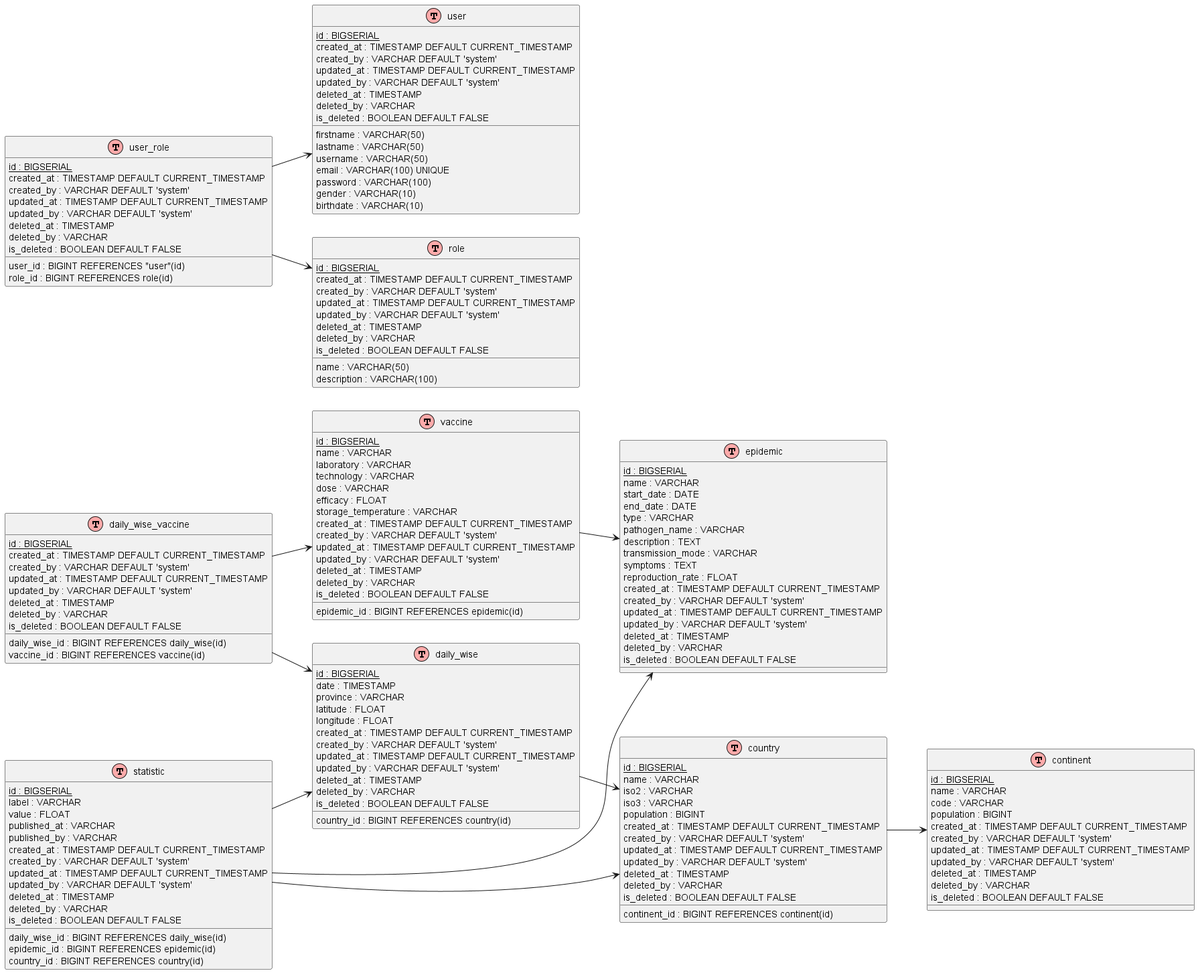
The PlantUML diagram docs/diagrams/merise/mpd/img/MPD.png in Sam-rst/EPSI_B3_MSPR-Groupe_MATS, before a commit. Its diagram source:
```plantuml
@startuml MPD_Merise
!define table(x) class x << (T,#FFAAAA) >>
left to right direction
skinparam packageStyle rectangle


table(continent) {
  {static} id : BIGSERIAL
  name : VARCHAR
  code : VARCHAR
  population : BIGINT
  created_at : TIMESTAMP DEFAULT CURRENT_TIMESTAMP
  created_by : VARCHAR DEFAULT 'system'
  updated_at : TIMESTAMP DEFAULT CURRENT_TIMESTAMP
  updated_by : VARCHAR DEFAULT 'system'
  deleted_at : TIMESTAMP
  deleted_by : VARCHAR
  is_deleted : BOOLEAN DEFAULT FALSE
}

table(country) {
  {static} id : BIGSERIAL
  name : VARCHAR
  iso2 : VARCHAR
  iso3 : VARCHAR
  population : BIGINT
  continent_id : BIGINT REFERENCES continent(id)
  created_at : TIMESTAMP DEFAULT CURRENT_TIMESTAMP
  created_by : VARCHAR DEFAULT 'system'
  updated_at : TIMESTAMP DEFAULT CURRENT_TIMESTAMP
  updated_by : VARCHAR DEFAULT 'system'
  deleted_at : TIMESTAMP
  deleted_by : VARCHAR
  is_deleted : BOOLEAN DEFAULT FALSE
}

table(user) {
  {static} id : BIGSERIAL
  firstname : VARCHAR(50)
  lastname : VARCHAR(50)
  username : VARCHAR(50)
  email : VARCHAR(100) UNIQUE
  password : VARCHAR(100)
  gender : VARCHAR(10)
  birthdate : VARCHAR(10)
  created_at : TIMESTAMP DEFAULT CURRENT_TIMESTAMP
  created_by : VARCHAR DEFAULT 'system'
  updated_at : TIMESTAMP DEFAULT CURRENT_TIMESTAMP
  updated_by : VARCHAR DEFAULT 'system'
  deleted_at : TIMESTAMP
  deleted_by : VARCHAR
  is_deleted : BOOLEAN DEFAULT FALSE
}

table(role) {
  {static} id : BIGSERIAL
  name : VARCHAR(50)
  description : VARCHAR(100)
  created_at : TIMESTAMP DEFAULT CURRENT_TIMESTAMP
  created_by : VARCHAR DEFAULT 'system'
  updated_at : TIMESTAMP DEFAULT CURRENT_TIMESTAMP
  updated_by : VARCHAR DEFAULT 'system'
  deleted_at : TIMESTAMP
  deleted_by : VARCHAR
  is_deleted : BOOLEAN DEFAULT FALSE
}

table(epidemic) {
  {static} id : BIGSERIAL
  name : VARCHAR
  start_date : DATE
  end_date : DATE
  type : VARCHAR
  pathogen_name : VARCHAR
  description : TEXT
  transmission_mode : VARCHAR
  symptoms : TEXT
  reproduction_rate : FLOAT
  created_at : TIMESTAMP DEFAULT CURRENT_TIMESTAMP
  created_by : VARCHAR DEFAULT 'system'
  updated_at : TIMESTAMP DEFAULT CURRENT_TIMESTAMP
  updated_by : VARCHAR DEFAULT 'system'
  deleted_at : TIMESTAMP
  deleted_by : VARCHAR
  is_deleted : BOOLEAN DEFAULT FALSE
}

table(vaccine) {
  {static} id : BIGSERIAL
  name : VARCHAR
  laboratory : VARCHAR
  technology : VARCHAR
  dose : VARCHAR
  efficacy : FLOAT
  storage_temperature : VARCHAR
  epidemic_id : BIGINT REFERENCES epidemic(id)
  created_at : TIMESTAMP DEFAULT CURRENT_TIMESTAMP
  created_by : VARCHAR DEFAULT 'system'
  updated_at : TIMESTAMP DEFAULT CURRENT_TIMESTAMP
  updated_by : VARCHAR DEFAULT 'system'
  deleted_at : TIMESTAMP
  deleted_by : VARCHAR
  is_deleted : BOOLEAN DEFAULT FALSE
}

table(daily_wise) {
  {static} id : BIGSERIAL
  date : TIMESTAMP
  province : VARCHAR
  latitude : FLOAT
  longitude : FLOAT
  country_id : BIGINT REFERENCES country(id)
  created_at : TIMESTAMP DEFAULT CURRENT_TIMESTAMP
  created_by : VARCHAR DEFAULT 'system'
  updated_at : TIMESTAMP DEFAULT CURRENT_TIMESTAMP
  updated_by : VARCHAR DEFAULT 'system'
  deleted_at : TIMESTAMP
  deleted_by : VARCHAR
  is_deleted : BOOLEAN DEFAULT FALSE
}

table(statistic) {
  {static} id : BIGSERIAL
  label : VARCHAR
  value : FLOAT
  daily_wise_id : BIGINT REFERENCES daily_wise(id)
  epidemic_id : BIGINT REFERENCES epidemic(id)
  country_id : BIGINT REFERENCES country(id)
  published_at : VARCHAR
  published_by : VARCHAR
  created_at : TIMESTAMP DEFAULT CURRENT_TIMESTAMP
  created_by : VARCHAR DEFAULT 'system'
  updated_at : TIMESTAMP DEFAULT CURRENT_TIMESTAMP
  updated_by : VARCHAR DEFAULT 'system'
  deleted_at : TIMESTAMP
  deleted_by : VARCHAR
  is_deleted : BOOLEAN DEFAULT FALSE
}

table(user_role) {
  {static} id : BIGSERIAL
  user_id : BIGINT REFERENCES "user"(id)
  role_id : BIGINT REFERENCES role(id)
  created_at : TIMESTAMP DEFAULT CURRENT_TIMESTAMP
  created_by : VARCHAR DEFAULT 'system'
  updated_at : TIMESTAMP DEFAULT CURRENT_TIMESTAMP
  updated_by : VARCHAR DEFAULT 'system'
  deleted_at : TIMESTAMP
  deleted_by : VARCHAR
  is_deleted : BOOLEAN DEFAULT FALSE
}

table(daily_wise_vaccine) {
  {static} id : BIGSERIAL
  daily_wise_id : BIGINT REFERENCES daily_wise(id)
  vaccine_id : BIGINT REFERENCES vaccine(id)
  created_at : TIMESTAMP DEFAULT CURRENT_TIMESTAMP
  created_by : VARCHAR DEFAULT 'system'
  updated_at : TIMESTAMP DEFAULT CURRENT_TIMESTAMP
  updated_by : VARCHAR DEFAULT 'system'
  deleted_at : TIMESTAMP
  deleted_by : VARCHAR
  is_deleted : BOOLEAN DEFAULT FALSE
}

country --> continent
daily_wise --> country
statistic --> daily_wise
statistic --> country
vaccine --> epidemic
statistic --> epidemic
daily_wise_vaccine --> daily_wise
daily_wise_vaccine --> vaccine
user_role --> user
user_role --> role
@enduml
```
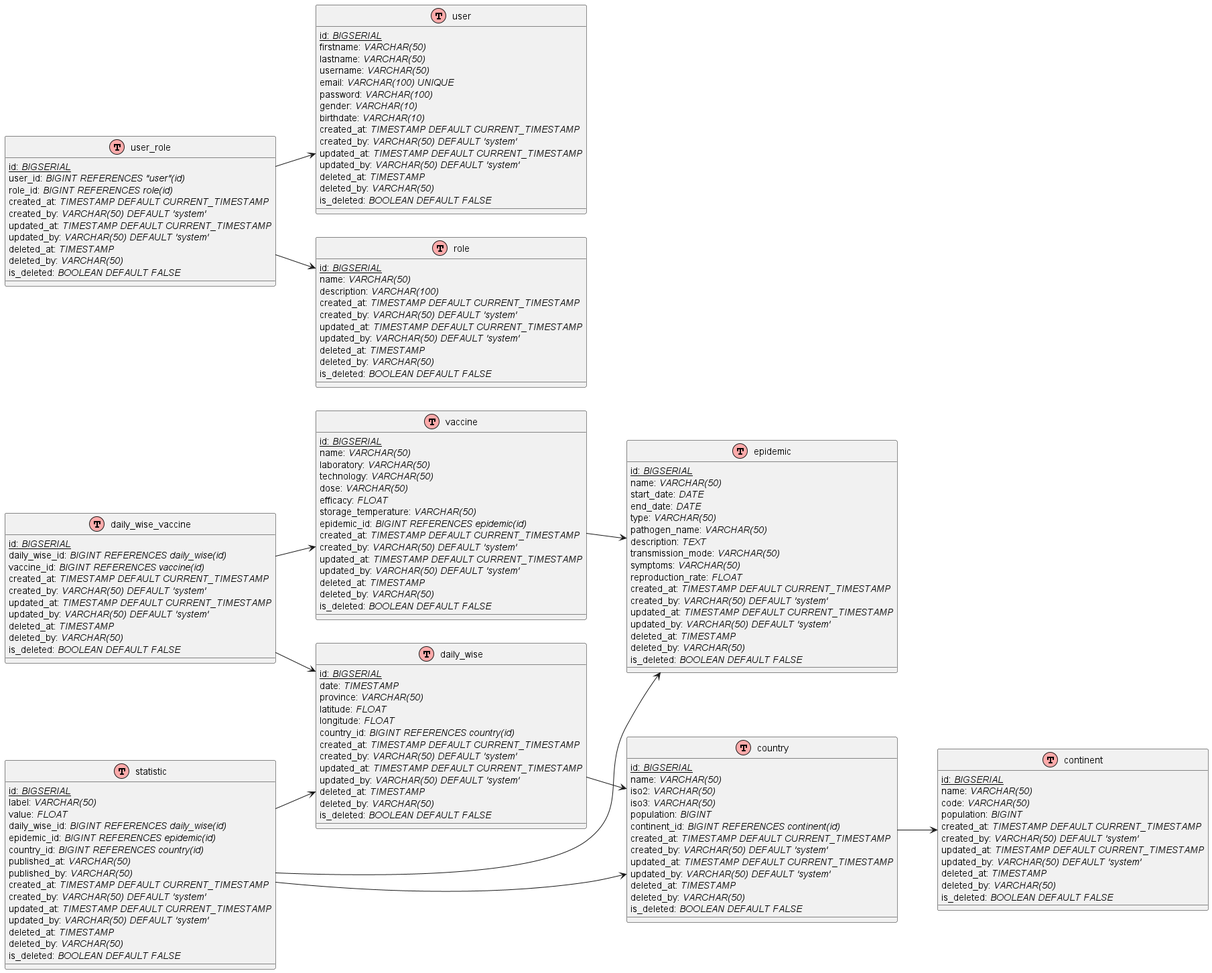
After the commit.

What changed in the source:
```diff
@@ -5,162 +5,162 @@
 
 
 table(continent) {
-  {static} id : BIGSERIAL
-  name : VARCHAR
-  code : VARCHAR
-  population : BIGINT
-  created_at : TIMESTAMP DEFAULT CURRENT_TIMESTAMP
-  created_by : VARCHAR DEFAULT 'system'
-  updated_at : TIMESTAMP DEFAULT CURRENT_TIMESTAMP
-  updated_by : VARCHAR DEFAULT 'system'
-  deleted_at : TIMESTAMP
-  deleted_by : VARCHAR
-  is_deleted : BOOLEAN DEFAULT FALSE
+  {static} id: //BIGSERIAL//
+  {field} name: //VARCHAR(50)//
+  {field} code: //VARCHAR(50)//
+  {field} population: //BIGINT//
+  {field} created_at: //TIMESTAMP DEFAULT CURRENT_TIMESTAMP//
+  {field} created_by: //VARCHAR(50) DEFAULT 'system'//
+  {field} updated_at: //TIMESTAMP DEFAULT CURRENT_TIMESTAMP//
+  {field} updated_by: //VARCHAR(50) DEFAULT 'system'//
+  {field} deleted_at: //TIMESTAMP//
+  {field} deleted_by: //VARCHAR(50)//
+  {field} is_deleted: //BOOLEAN DEFAULT FALSE//
 }
 
 table(country) {
-  {static} id : BIGSERIAL
-  name : VARCHAR
-  iso2 : VARCHAR
-  iso3 : VARCHAR
-  population : BIGINT
-  continent_id : BIGINT REFERENCES continent(id)
-  created_at : TIMESTAMP DEFAULT CURRENT_TIMESTAMP
-  created_by : VARCHAR DEFAULT 'system'
-  updated_at : TIMESTAMP DEFAULT CURRENT_TIMESTAMP
-  updated_by : VARCHAR DEFAULT 'system'
-  deleted_at : TIMESTAMP
-  deleted_by : VARCHAR
-  is_deleted : BOOLEAN DEFAULT FALSE
+  {static} id: //BIGSERIAL//
+  {field} name: //VARCHAR(50)//
+  {field} iso2: //VARCHAR(50)//
+  {field} iso3: //VARCHAR(50)//
+  {field} population: //BIGINT//
+  {field} continent_id: //BIGINT REFERENCES continent(id)//
+  {field} created_at: //TIMESTAMP DEFAULT CURRENT_TIMESTAMP//
+  {field} created_by: //VARCHAR(50) DEFAULT 'system'//
+  {field} updated_at: //TIMESTAMP DEFAULT CURRENT_TIMESTAMP//
+  {field} updated_by: //VARCHAR(50) DEFAULT 'system'//
+  {field} deleted_at: //TIMESTAMP//
+  {field} deleted_by: //VARCHAR(50)//
+  {field} is_deleted: //BOOLEAN DEFAULT FALSE//
 }
 
 table(user) {
-  {static} id : BIGSERIAL
-  firstname : VARCHAR(50)
-  lastname : VARCHAR(50)
-  username : VARCHAR(50)
-  email : VARCHAR(100) UNIQUE
-  password : VARCHAR(100)
-  gender : VARCHAR(10)
-  birthdate : VARCHAR(10)
-  created_at : TIMESTAMP DEFAULT CURRENT_TIMESTAMP
-  created_by : VARCHAR DEFAULT 'system'
-  updated_at : TIMESTAMP DEFAULT CURRENT_TIMESTAMP
-  updated_by : VARCHAR DEFAULT 'system'
-  deleted_at : TIMESTAMP
-  deleted_by : VARCHAR
-  is_deleted : BOOLEAN DEFAULT FALSE
+  {static} id: //BIGSERIAL//
+  {field} firstname: //VARCHAR(50)//
+  {field} lastname: //VARCHAR(50)//
+  {field} username: //VARCHAR(50)//
+  {field} email: //VARCHAR(100) UNIQUE//
+  {field} password: //VARCHAR(100)//
+  {field} gender: //VARCHAR(10)//
+  {field} birthdate: //VARCHAR(10)//
+  {field} created_at: //TIMESTAMP DEFAULT CURRENT_TIMESTAMP//
+  {field} created_by: //VARCHAR(50) DEFAULT 'system'//
+  {field} updated_at: //TIMESTAMP DEFAULT CURRENT_TIMESTAMP//
+  {field} updated_by: //VARCHAR(50) DEFAULT 'system'//
+  {field} deleted_at: //TIMESTAMP//
+  {field} deleted_by: //VARCHAR(50)//
+  {field} is_deleted: //BOOLEAN DEFAULT FALSE//
 }
 
 table(role) {
-  {static} id : BIGSERIAL
-  name : VARCHAR(50)
-  description : VARCHAR(100)
-  created_at : TIMESTAMP DEFAULT CURRENT_TIMESTAMP
-  created_by : VARCHAR DEFAULT 'system'
-  updated_at : TIMESTAMP DEFAULT CURRENT_TIMESTAMP
-  updated_by : VARCHAR DEFAULT 'system'
-  deleted_at : TIMESTAMP
-  deleted_by : VARCHAR
-  is_deleted : BOOLEAN DEFAULT FALSE
+  {static} id: //BIGSERIAL//
+  {field} name: //VARCHAR(50)//
+  {field} description: //VARCHAR(100)//
+  {field} created_at: //TIMESTAMP DEFAULT CURRENT_TIMESTAMP//
+  {field} created_by: //VARCHAR(50) DEFAULT 'system'//
+  {field} updated_at: //TIMESTAMP DEFAULT CURRENT_TIMESTAMP//
+  {field} updated_by: //VARCHAR(50) DEFAULT 'system'//
+  {field} deleted_at: //TIMESTAMP//
+  {field} deleted_by: //VARCHAR(50)//
+  {field} is_deleted: //BOOLEAN DEFAULT FALSE//
 }
 
 table(epidemic) {
-  {static} id : BIGSERIAL
-  name : VARCHAR
-  start_date : DATE
-  end_date : DATE
-  type : VARCHAR
-  pathogen_name : VARCHAR
-  description : TEXT
-  transmission_mode : VARCHAR
-  symptoms : TEXT
-  reproduction_rate : FLOAT
-  created_at : TIMESTAMP DEFAULT CURRENT_TIMESTAMP
-  created_by : VARCHAR DEFAULT 'system'
-  updated_at : TIMESTAMP DEFAULT CURRENT_TIMESTAMP
-  updated_by : VARCHAR DEFAULT 'system'
-  deleted_at : TIMESTAMP
-  deleted_by : VARCHAR
-  is_deleted : BOOLEAN DEFAULT FALSE
+  {static} id: //BIGSERIAL//
+  {field} name: //VARCHAR(50)//
+  {field} start_date: //DATE//
+  {field} end_date: //DATE//
+  {field} type: //VARCHAR(50)//
+  {field} pathogen_name: //VARCHAR(50)//
+  {field} description: //TEXT//
+  {field} transmission_mode: //VARCHAR(50)//
+  {field} symptoms: //VARCHAR(50)//
+  {field} reproduction_rate: //FLOAT//
+  {field} created_at: //TIMESTAMP DEFAULT CURRENT_TIMESTAMP//
+  {field} created_by: //VARCHAR(50) DEFAULT 'system'//
+  {field} updated_at: //TIMESTAMP DEFAULT CURRENT_TIMESTAMP//
+  {field} updated_by: //VARCHAR(50) DEFAULT 'system'//
+  {field} deleted_at: //TIMESTAMP//
+  {field} deleted_by: //VARCHAR(50)//
+  {field} is_deleted: //BOOLEAN DEFAULT FALSE//
 }
 
 table(vaccine) {
-  {static} id : BIGSERIAL
-  name : VARCHAR
-  laboratory : VARCHAR
-  technology : VARCHAR
-  dose : VARCHAR
-  efficacy : FLOAT
-  storage_temperature : VARCHAR
-  epidemic_id : BIGINT REFERENCES epidemic(id)
-  created_at : TIMESTAMP DEFAULT CURRENT_TIMESTAMP
-  created_by : VARCHAR DEFAULT 'system'
-  updated_at : TIMESTAMP DEFAULT CURRENT_TIMESTAMP
-  updated_by : VARCHAR DEFAULT 'system'
-  deleted_at : TIMESTAMP
-  deleted_by : VARCHAR
-  is_deleted : BOOLEAN DEFAULT FALSE
+  {static} id: //BIGSERIAL//
+  {field} name: //VARCHAR(50)//
+  {field} laboratory: //VARCHAR(50)//
+  {field} technology: //VARCHAR(50)//
+  {field} dose: //VARCHAR(50)//
+  {field} efficacy: //FLOAT//
+  {field} storage_temperature: //VARCHAR(50)//
+  {field} epidemic_id: //BIGINT REFERENCES epidemic(id)//
+  {field} created_at: //TIMESTAMP DEFAULT CURRENT_TIMESTAMP//
+  {field} created_by: //VARCHAR(50) DEFAULT 'system'//
+  {field} updated_at: //TIMESTAMP DEFAULT CURRENT_TIMESTAMP//
+  {field} updated_by: //VARCHAR(50) DEFAULT 'system'//
+  {field} deleted_at: //TIMESTAMP//
+  {field} deleted_by: //VARCHAR(50)//
+  {field} is_deleted: //BOOLEAN DEFAULT FALSE//
 }
 
 table(daily_wise) {
-  {static} id : BIGSERIAL
-  date : TIMESTAMP
-  province : VARCHAR
-  latitude : FLOAT
-  longitude : FLOAT
-  country_id : BIGINT REFERENCES country(id)
-  created_at : TIMESTAMP DEFAULT CURRENT_TIMESTAMP
-  created_by : VARCHAR DEFAULT 'system'
-  updated_at : TIMESTAMP DEFAULT CURRENT_TIMESTAMP
-  updated_by : VARCHAR DEFAULT 'system'
-  deleted_at : TIMESTAMP
-  deleted_by : VARCHAR
-  is_deleted : BOOLEAN DEFAULT FALSE
+  {static} id: //BIGSERIAL//
+  {field} date: //TIMESTAMP//
+  {field} province: //VARCHAR(50)//
+  {field} latitude: //FLOAT//
+  {field} longitude: //FLOAT//
+  {field} country_id: //BIGINT REFERENCES country(id)//
+  {field} created_at: //TIMESTAMP DEFAULT CURRENT_TIMESTAMP//
+  {field} created_by: //VARCHAR(50) DEFAULT 'system'//
+  {field} updated_at: //TIMESTAMP DEFAULT CURRENT_TIMESTAMP//
+  {field} updated_by: //VARCHAR(50) DEFAULT 'system'//
+  {field} deleted_at: //TIMESTAMP//
+  {field} deleted_by: //VARCHAR(50)//
+  {field} is_deleted: //BOOLEAN DEFAULT FALSE//
 }
 
 table(statistic) {
-  {static} id : BIGSERIAL
-  label : VARCHAR
-  value : FLOAT
-  daily_wise_id : BIGINT REFERENCES daily_wise(id)
-  epidemic_id : BIGINT REFERENCES epidemic(id)
-  country_id : BIGINT REFERENCES country(id)
-  published_at : VARCHAR
-  published_by : VARCHAR
-  created_at : TIMESTAMP DEFAULT CURRENT_TIMESTAMP
-  created_by : VARCHAR DEFAULT 'system'
-  updated_at : TIMESTAMP DEFAULT CURRENT_TIMESTAMP
-  updated_by : VARCHAR DEFAULT 'system'
-  deleted_at : TIMESTAMP
-  deleted_by : VARCHAR
-  is_deleted : BOOLEAN DEFAULT FALSE
+  {static} id: //BIGSERIAL//
+  {field} label: //VARCHAR(50)//
+  {field} value: //FLOAT//
+  {field} daily_wise_id: //BIGINT REFERENCES daily_wise(id)//
+  {field} epidemic_id: //BIGINT REFERENCES epidemic(id)//
+  {field} country_id: //BIGINT REFERENCES country(id)//
+  {field} published_at: //VARCHAR(50)//
+  {field} published_by: //VARCHAR(50)//
+  {field} created_at: //TIMESTAMP DEFAULT CURRENT_TIMESTAMP//
+  {field} created_by: //VARCHAR(50) DEFAULT 'system'//
+  {field} updated_at: //TIMESTAMP DEFAULT CURRENT_TIMESTAMP//
+  {field} updated_by: //VARCHAR(50) DEFAULT 'system'//
+  {field} deleted_at: //TIMESTAMP//
+  {field} deleted_by: //VARCHAR(50)//
+  {field} is_deleted: //BOOLEAN DEFAULT FALSE//
 }
 
 table(user_role) {
-  {static} id : BIGSERIAL
-  user_id : BIGINT REFERENCES "user"(id)
-  role_id : BIGINT REFERENCES role(id)
-  created_at : TIMESTAMP DEFAULT CURRENT_TIMESTAMP
-  created_by : VARCHAR DEFAULT 'system'
-  updated_at : TIMESTAMP DEFAULT CURRENT_TIMESTAMP
-  updated_by : VARCHAR DEFAULT 'system'
-  deleted_at : TIMESTAMP
-  deleted_by : VARCHAR
-  is_deleted : BOOLEAN DEFAULT FALSE
+  {static} id: //BIGSERIAL//
+  {field} user_id: //BIGINT REFERENCES "user"(id)//
+  {field} role_id: //BIGINT REFERENCES role(id)//
+  {field} created_at: //TIMESTAMP DEFAULT CURRENT_TIMESTAMP//
+  {field} created_by: //VARCHAR(50) DEFAULT 'system'//
+  {field} updated_at: //TIMESTAMP DEFAULT CURRENT_TIMESTAMP//
+  {field} updated_by: //VARCHAR(50) DEFAULT 'system'//
+  {field} deleted_at: //TIMESTAMP//
+  {field} deleted_by: //VARCHAR(50)//
+  {field} is_deleted: //BOOLEAN DEFAULT FALSE//
 }
 
 table(daily_wise_vaccine) {
-  {static} id : BIGSERIAL
-  daily_wise_id : BIGINT REFERENCES daily_wise(id)
-  vaccine_id : BIGINT REFERENCES vaccine(id)
-  created_at : TIMESTAMP DEFAULT CURRENT_TIMESTAMP
-  created_by : VARCHAR DEFAULT 'system'
-  updated_at : TIMESTAMP DEFAULT CURRENT_TIMESTAMP
-  updated_by : VARCHAR DEFAULT 'system'
-  deleted_at : TIMESTAMP
-  deleted_by : VARCHAR
-  is_deleted : BOOLEAN DEFAULT FALSE
+  {static} id: //BIGSERIAL//
+  {field} daily_wise_id: //BIGINT REFERENCES daily_wise(id)//
+  {field} vaccine_id: //BIGINT REFERENCES vaccine(id)//
+  {field} created_at: //TIMESTAMP DEFAULT CURRENT_TIMESTAMP//
+  {field} created_by: //VARCHAR(50) DEFAULT 'system'//
+  {field} updated_at: //TIMESTAMP DEFAULT CURRENT_TIMESTAMP//
+  {field} updated_by: //VARCHAR(50) DEFAULT 'system'//
+  {field} deleted_at: //TIMESTAMP//
+  {field} deleted_by: //VARCHAR(50)//
+  {field} is_deleted: //BOOLEAN DEFAULT FALSE//
 }
 
 country --> continent
```
